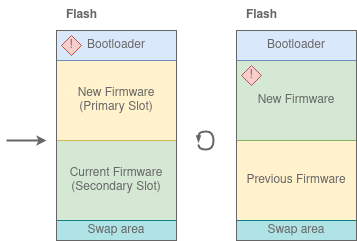
Earlier version of the draw.io export .images/after_swap.png (hellesvik-nordic/samples_for_nrf_connect_sdk). Source tidied: cells renumbered, new cells last; positions are measured from the earlier drawing's top-left corner, leaving out a move shared by most shapes.
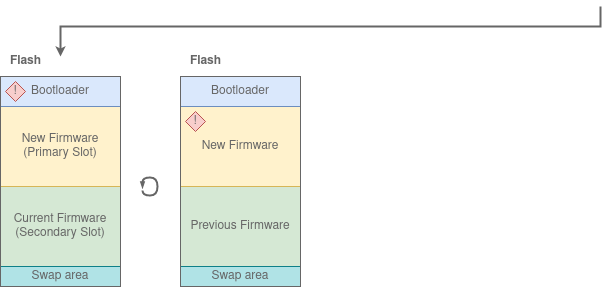
The same file after the commit.

What changed in the source:
```diff
@@ -2,65 +2,69 @@
   <root>
     <mxCell id="0" />
     <mxCell id="1" parent="0" />
-    <mxCell id="2" style="endArrow=classic;html=1;rounded=0;strokeColor=#666666;strokeWidth=2;fontColor=#666666;startSize=3;endSize=4;" parent="1" edge="1">
-      <mxGeometry relative="1" as="geometry">
-        <mxPoint y="140" as="sourcePoint" />
-        <mxPoint x="40" y="140" as="targetPoint" />
-      </mxGeometry>
+    <mxCell id="2" value="Current Firmware&lt;br&gt;(Secondary Slot)" style="rounded=0;whiteSpace=wrap;html=1;fillColor=#d5e8d4;strokeColor=#82b366;fontColor=#666666;" parent="1" vertex="1">
+      <mxGeometry x="-490" y="440" width="120" height="80" as="geometry" />
     </mxCell>
-    <mxCell id="3" value="Current Firmware&lt;br&gt;(Secondary Slot)" style="rounded=0;whiteSpace=wrap;html=1;fillColor=#d5e8d4;strokeColor=#82b366;fontColor=#666666;" parent="1" vertex="1">
-      <mxGeometry x="50" y="140" width="120" height="80" as="geometry" />
+    <mxCell id="3" value="New Firmware&lt;br&gt;(Primary Slot)" style="rounded=0;whiteSpace=wrap;html=1;fillColor=#fff2cc;strokeColor=#d6b656;fontColor=#666666;" parent="1" vertex="1">
+      <mxGeometry x="-490" y="360" width="120" height="80" as="geometry" />
     </mxCell>
-    <mxCell id="4" value="New Firmware&lt;br&gt;(Primary Slot)" style="rounded=0;whiteSpace=wrap;html=1;fillColor=#fff2cc;strokeColor=#d6b656;fontColor=#666666;" parent="1" vertex="1">
-      <mxGeometry x="50" y="60" width="120" height="80" as="geometry" />
+    <mxCell id="4" value="Bootloader" style="rounded=0;whiteSpace=wrap;html=1;strokeWidth=1;fillColor=#dae8fc;strokeColor=#6c8ebf;fontColor=#666666;" parent="1" vertex="1">
+      <mxGeometry x="-490" y="330" width="120" height="30" as="geometry" />
     </mxCell>
-    <mxCell id="5" value="Bootloader" style="rounded=0;whiteSpace=wrap;html=1;strokeWidth=1;fillColor=#dae8fc;strokeColor=#6c8ebf;fontColor=#666666;" parent="1" vertex="1">
-      <mxGeometry x="50" y="30" width="120" height="30" as="geometry" />
+    <mxCell id="5" value="!" style="rhombus;whiteSpace=wrap;html=1;fillColor=#f8cecc;strokeColor=#b85450;fontColor=#666666;" parent="1" vertex="1">
+      <mxGeometry x="-485" y="335" width="20" height="20" as="geometry" />
     </mxCell>
-    <mxCell id="6" value="!" style="rhombus;whiteSpace=wrap;html=1;fillColor=#f8cecc;strokeColor=#b85450;fontColor=#666666;" parent="1" vertex="1">
-      <mxGeometry x="55" y="35" width="20" height="20" as="geometry" />
+    <mxCell id="6" value="Swap area" style="rounded=0;whiteSpace=wrap;html=1;fillColor=#b0e3e6;strokeColor=#0e8088;fontColor=#666666;" parent="1" vertex="1">
+      <mxGeometry x="-490" y="520" width="120" height="20" as="geometry" />
     </mxCell>
-    <mxCell id="7" value="Swap area" style="rounded=0;whiteSpace=wrap;html=1;fillColor=#b0e3e6;strokeColor=#0e8088;fontColor=#666666;" parent="1" vertex="1">
-      <mxGeometry x="50" y="220" width="120" height="20" as="geometry" />
+    <mxCell id="7" style="endArrow=blockThin;html=1;rounded=0;strokeColor=#666666;fontColor=#000000;edgeStyle=orthogonalEdgeStyle;curved=1;endSize=2;startSize=3;strokeWidth=2;endFill=1;" parent="1" edge="1">
+      <mxGeometry relative="1" as="geometry">
+        <mxPoint x="-348" y="444" as="sourcePoint" />
+        <mxPoint x="-348" y="442" as="targetPoint" />
+        <Array as="points">
+          <mxPoint x="-348" y="449" />
+          <mxPoint x="-333" y="449" />
+          <mxPoint x="-333" y="431" />
+          <mxPoint x="-348" y="431" />
+        </Array>
+      </mxGeometry>
     </mxCell>
-    <mxCell id="8" style="endArrow=blockThin;html=1;rounded=0;strokeColor=#666666;fontColor=#000000;edgeStyle=orthogonalEdgeStyle;curved=1;endSize=2;startSize=3;strokeWidth=2;endFill=1;" parent="1" edge="1">
-      <mxGeometry relative="1" as="geometry">
-        <mxPoint x="192" y="144" as="sourcePoint" />
-        <mxPoint x="192" y="142" as="targetPoint" />
-        <Array as="points">
-          <mxPoint x="192" y="149" />
-          <mxPoint x="207" y="149" />
-          <mxPoint x="207" y="131" />
-          <mxPoint x="192" y="131" />
-        </Array>
-      </mxGeometry>
+    <mxCell id="8" value="Previous Firmware" style="rounded=0;whiteSpace=wrap;html=1;fillColor=#d5e8d4;strokeColor=#82b366;fontColor=#666666;" parent="1" vertex="1">
+      <mxGeometry x="-310" y="440" width="120" height="80" as="geometry" />
     </mxCell>
-    <mxCell id="9" value="Previous Firmware" style="rounded=0;whiteSpace=wrap;html=1;fillColor=#fff2cc;strokeColor=#d6b656;fontColor=#666666;" parent="1" vertex="1">
-      <mxGeometry x="230" y="140" width="120" height="80" as="geometry" />
+    <mxCell id="9" value="New Firmware" style="rounded=0;whiteSpace=wrap;html=1;fillColor=#fff2cc;strokeColor=#d6b656;fontColor=#666666;" parent="1" vertex="1">
+      <mxGeometry x="-310" y="360" width="120" height="80" as="geometry" />
     </mxCell>
-    <mxCell id="10" value="New Firmware" style="rounded=0;whiteSpace=wrap;html=1;fillColor=#d5e8d4;strokeColor=#82b366;fontColor=#666666;" parent="1" vertex="1">
-      <mxGeometry x="230" y="60" width="120" height="80" as="geometry" />
+    <mxCell id="10" value="Bootloader" style="rounded=0;whiteSpace=wrap;html=1;strokeWidth=1;fillColor=#dae8fc;strokeColor=#6c8ebf;fontColor=#666666;" parent="1" vertex="1">
+      <mxGeometry x="-310" y="330" width="120" height="30" as="geometry" />
     </mxCell>
-    <mxCell id="11" value="Bootloader" style="rounded=0;whiteSpace=wrap;html=1;strokeWidth=1;fillColor=#dae8fc;strokeColor=#6c8ebf;fontColor=#666666;" parent="1" vertex="1">
-      <mxGeometry x="230" y="30" width="120" height="30" as="geometry" />
+    <mxCell id="11" value="!" style="rhombus;whiteSpace=wrap;html=1;fillColor=#f8cecc;strokeColor=#b85450;fontColor=#666666;" parent="1" vertex="1">
+      <mxGeometry x="-305" y="365" width="20" height="20" as="geometry" />
     </mxCell>
-    <mxCell id="12" value="!" style="rhombus;whiteSpace=wrap;html=1;fillColor=#f8cecc;strokeColor=#b85450;fontColor=#666666;" parent="1" vertex="1">
-      <mxGeometry x="235" y="65" width="20" height="20" as="geometry" />
+    <mxCell id="12" value="Swap area" style="rounded=0;whiteSpace=wrap;html=1;fillColor=#b0e3e6;strokeColor=#0e8088;fontColor=#666666;" parent="1" vertex="1">
+      <mxGeometry x="-310" y="520" width="120" height="20" as="geometry" />
     </mxCell>
-    <mxCell id="13" value="Swap area" style="rounded=0;whiteSpace=wrap;html=1;fillColor=#b0e3e6;strokeColor=#0e8088;fontColor=#666666;" parent="1" vertex="1">
-      <mxGeometry x="230" y="220" width="120" height="20" as="geometry" />
+    <mxCell id="13" value="&lt;b&gt;Flash&lt;/b&gt;" style="text;html=1;align=center;verticalAlign=middle;strokeColor=none;fillColor=none;fontColor=#666666;" parent="1" vertex="1">
+      <mxGeometry x="-490" y="300" width="50" height="30" as="geometry" />
     </mxCell>
     <mxCell id="14" value="&lt;b&gt;Flash&lt;/b&gt;" style="text;html=1;align=center;verticalAlign=middle;strokeColor=none;fillColor=none;fontColor=#666666;" parent="1" vertex="1">
-      <mxGeometry x="50" width="50" height="30" as="geometry" />
+      <mxGeometry x="-310" y="300" width="50" height="30" as="geometry" />
     </mxCell>
-    <mxCell id="15" value="&lt;b&gt;Flash&lt;/b&gt;" style="text;html=1;align=center;verticalAlign=middle;strokeColor=none;fillColor=none;fontColor=#666666;" parent="1" vertex="1">
-      <mxGeometry x="230" width="50" height="30" as="geometry" />
+    <mxCell id="15" style="rounded=0;whiteSpace=wrap;html=1;fillColor=none;fontColor=#666666;strokeColor=#666666;" parent="1" vertex="1">
+      <mxGeometry x="-490" y="330" width="120" height="210" as="geometry" />
     </mxCell>
     <mxCell id="16" style="rounded=0;whiteSpace=wrap;html=1;fillColor=none;fontColor=#666666;strokeColor=#666666;" parent="1" vertex="1">
-      <mxGeometry x="50" y="30" width="120" height="210" as="geometry" />
+      <mxGeometry x="-310" y="330" width="120" height="210" as="geometry" />
     </mxCell>
-    <mxCell id="17" style="rounded=0;whiteSpace=wrap;html=1;fillColor=none;fontColor=#666666;strokeColor=#666666;" parent="1" vertex="1">
-      <mxGeometry x="230" y="30" width="120" height="210" as="geometry" />
+    <mxCell id="17" style="endArrow=classic;html=1;rounded=0;strokeColor=#666666;strokeWidth=2;fontColor=#666666;startSize=3;endSize=4;edgeStyle=orthogonalEdgeStyle;" parent="1" edge="1">
+      <mxGeometry relative="1" as="geometry">
+        <mxPoint x="110" y="260" as="sourcePoint" />
+        <mxPoint x="-430" y="310" as="targetPoint" />
+        <Array as="points">
+          <mxPoint x="110" y="280" />
+          <mxPoint x="-430" y="280" />
+        </Array>
+      </mxGeometry>
     </mxCell>
   </root>
 </mxGraphModel>
```
